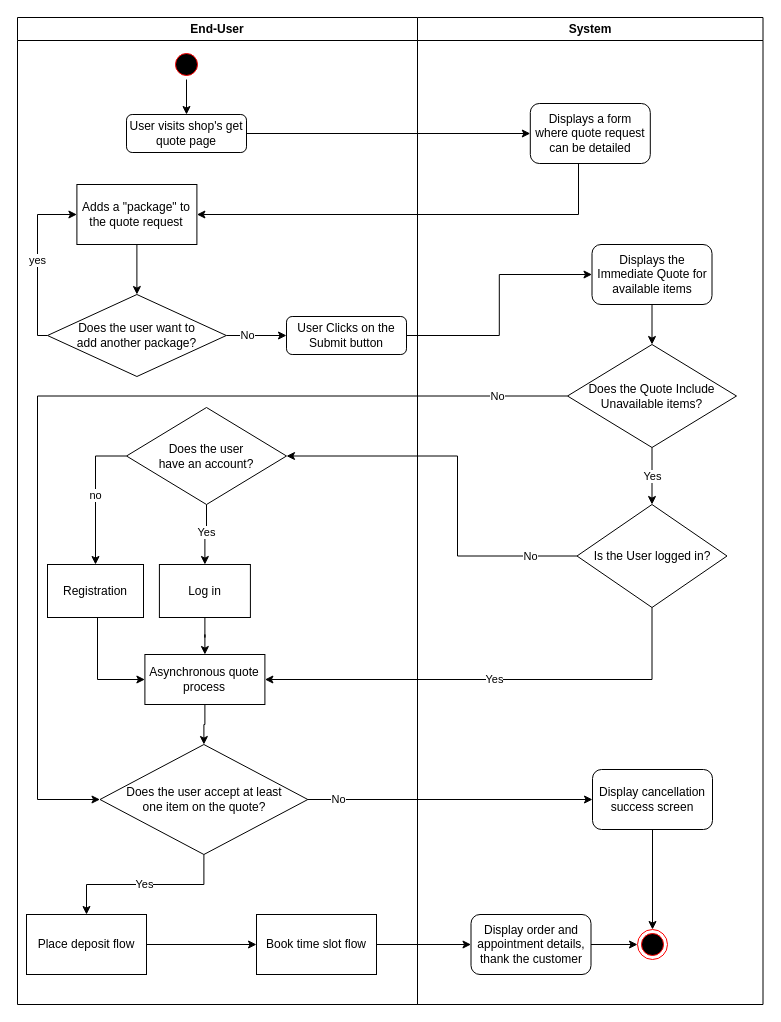
The draw.io diagram Activity_Diagrams/End-User/MainQuotigFlow.drawio in Awrmani/AutoQuotes, before the edit. Source tidied: cells renumbered, new cells numbered last; positions are measured from the earlier drawing's top-left corner, leaving out a move shared by most shapes. Both pictures are drawn from the tidied source at 100%, with x=0, y=0 at pixel (17, 17).
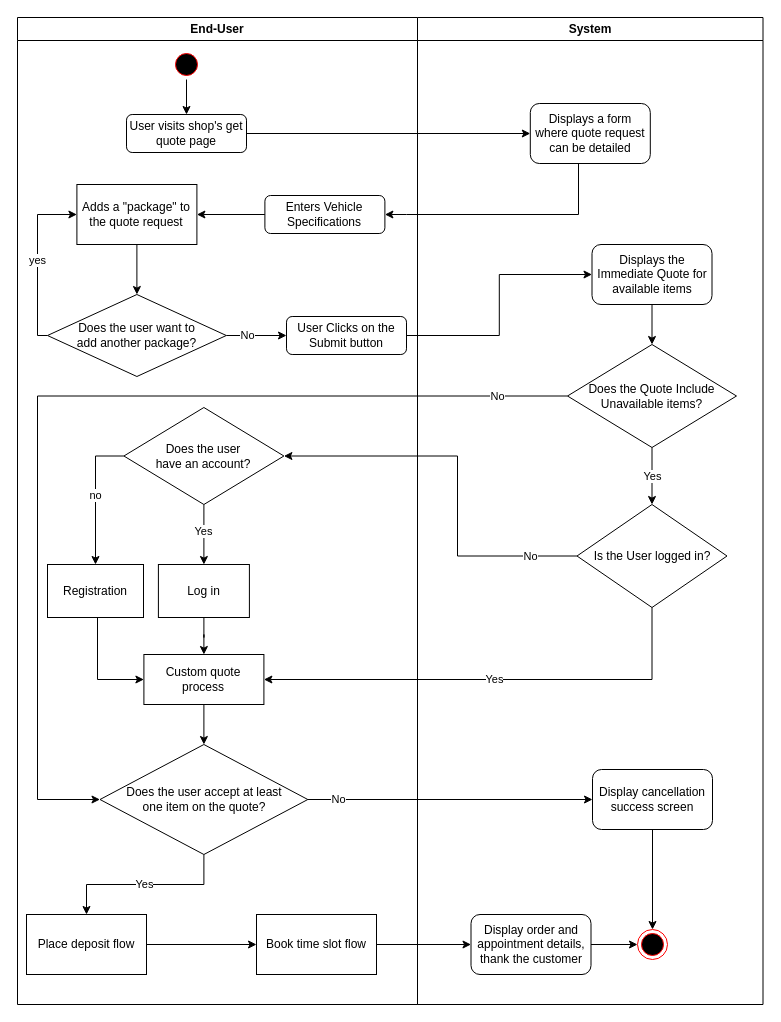
The same diagram, later.

The change refers to these unchanged cells:
```xml
<mxCell id="6" value="End-User" style="swimlane;whiteSpace=wrap;" parent="1" vertex="1">
  <mxGeometry width="400" height="987" as="geometry" />
</mxCell>
<mxCell id="16" value="Adds a &quot;package&quot; to the quote request" style="whiteSpace=wrap;html=1;" parent="6" vertex="1">
  <mxGeometry x="59.4" y="167" width="120" height="60" as="geometry" />
</mxCell>
<mxCell id="40" value="Displays a form where quote request can be detailed" style="rounded=1;whiteSpace=wrap;html=1;" parent="35" vertex="1">
  <mxGeometry x="112.8" y="86" width="120" height="60" as="geometry" />
</mxCell>
```

Diff of the diagram source:
```diff
@@
     <mxCell id="22" value="Does the user &lt;br&gt;have an account?" style="rhombus;whiteSpace=wrap;html=1;" parent="6" vertex="1">
-      <mxGeometry x="109" y="390" width="160" height="97" as="geometry" />
+      <mxGeometry x="106.4" y="390" width="160" height="97" as="geometry" />
     </mxCell>
@@
     <mxCell id="24" value="Log in" style="whiteSpace=wrap;html=1;" parent="6" vertex="1">
-      <mxGeometry x="141.9" y="547" width="91" height="53" as="geometry" />
+      <mxGeometry x="140.9" y="547" width="91" height="53" as="geometry" />
     </mxCell>
@@
-    <mxCell id="30" value="Asynchronous quote process" style="whiteSpace=wrap;html=1;sketch=0;" parent="6" vertex="1">
-      <mxGeometry x="127.4" y="637" width="120" height="50" as="geometry" />
+    <mxCell id="30" value="Custom quote process" style="whiteSpace=wrap;html=1;sketch=0;" parent="6" vertex="1">
+      <mxGeometry x="126.4" y="637" width="120" height="50" as="geometry" />
     </mxCell>
@@
+    <mxCell id="59" style="edgeStyle=orthogonalEdgeStyle;rounded=0;jettySize=auto;html=1;entryX=1;entryY=0.5;entryDx=0;entryDy=0;" parent="6" edge="1" source="60" target="16">
+      <mxGeometry relative="1" as="geometry" />
+    </mxCell>
+    <mxCell id="60" value="Enters Vehicle Specifications" style="rounded=1;whiteSpace=wrap;html=1;" parent="6" vertex="1">
+      <mxGeometry x="247.4" y="178" width="120" height="38" as="geometry" />
+    </mxCell>
@@
-    <mxCell id="52" style="edgeStyle=orthogonalEdgeStyle;rounded=0;jettySize=auto;html=1;entryX=1;entryY=0.5;entryDx=0;entryDy=0;" parent="1" edge="1" source="40" target="16">
+    <mxCell id="52" style="edgeStyle=orthogonalEdgeStyle;rounded=0;jettySize=auto;html=1;entryX=1;entryY=0.5;entryDx=0;entryDy=0;" parent="1" edge="1" source="40" target="60">
       <mxGeometry relative="1" as="geometry">
         <Array as="points">
           <mxPoint x="561" y="197" />
+          <mxPoint x="389" y="197" />
         </Array>
       </mxGeometry>
     </mxCell>
```
